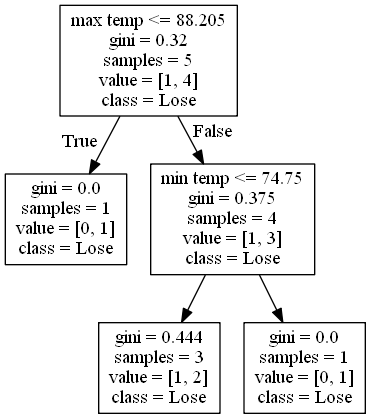
This is DecisionTrees/Pac-12decision_tree_no_score_or_attendance14.png from alexana-steck/CSE482Project, a Graphviz export, as it was before one commit. Its source is kept beside it as DecisionTrees/Pac-12decision_tree_no_score_or_attendance14.dot. Source of this version:
```dot
digraph Tree {
node [shape=box] ;
0 [label="max temp <= 88.205\ngini = 0.32\nsamples = 5\nvalue = [1, 4]\nclass = Lose"] ;
1 [label="gini = 0.0\nsamples = 1\nvalue = [0, 1]\nclass = Lose"] ;
0 -> 1 [labeldistance=2.5, labelangle=45, headlabel="True"] ;
2 [label="min temp <= 74.75\ngini = 0.375\nsamples = 4\nvalue = [1, 3]\nclass = Lose"] ;
0 -> 2 [labeldistance=2.5, labelangle=-45, headlabel="False"] ;
3 [label="gini = 0.444\nsamples = 3\nvalue = [1, 2]\nclass = Lose"] ;
2 -> 3 ;
4 [label="gini = 0.0\nsamples = 1\nvalue = [0, 1]\nclass = Lose"] ;
2 -> 4 ;
}
```
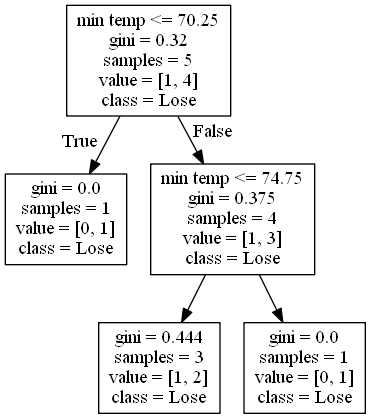
Above is the later version.

Change to the diagram source:
```diff
@@ -1,6 +1,6 @@
 digraph Tree {
 node [shape=box] ;
-0 [label="max temp <= 88.205\ngini = 0.32\nsamples = 5\nvalue = [1, 4]\nclass = Lose"] ;
+0 [label="min temp <= 70.25\ngini = 0.32\nsamples = 5\nvalue = [1, 4]\nclass = Lose"] ;
 1 [label="gini = 0.0\nsamples = 1\nvalue = [0, 1]\nclass = Lose"] ;
 0 -> 1 [labeldistance=2.5, labelangle=45, headlabel="True"] ;
 2 [label="min temp <= 74.75\ngini = 0.375\nsamples = 4\nvalue = [1, 3]\nclass = Lose"] ;
```
